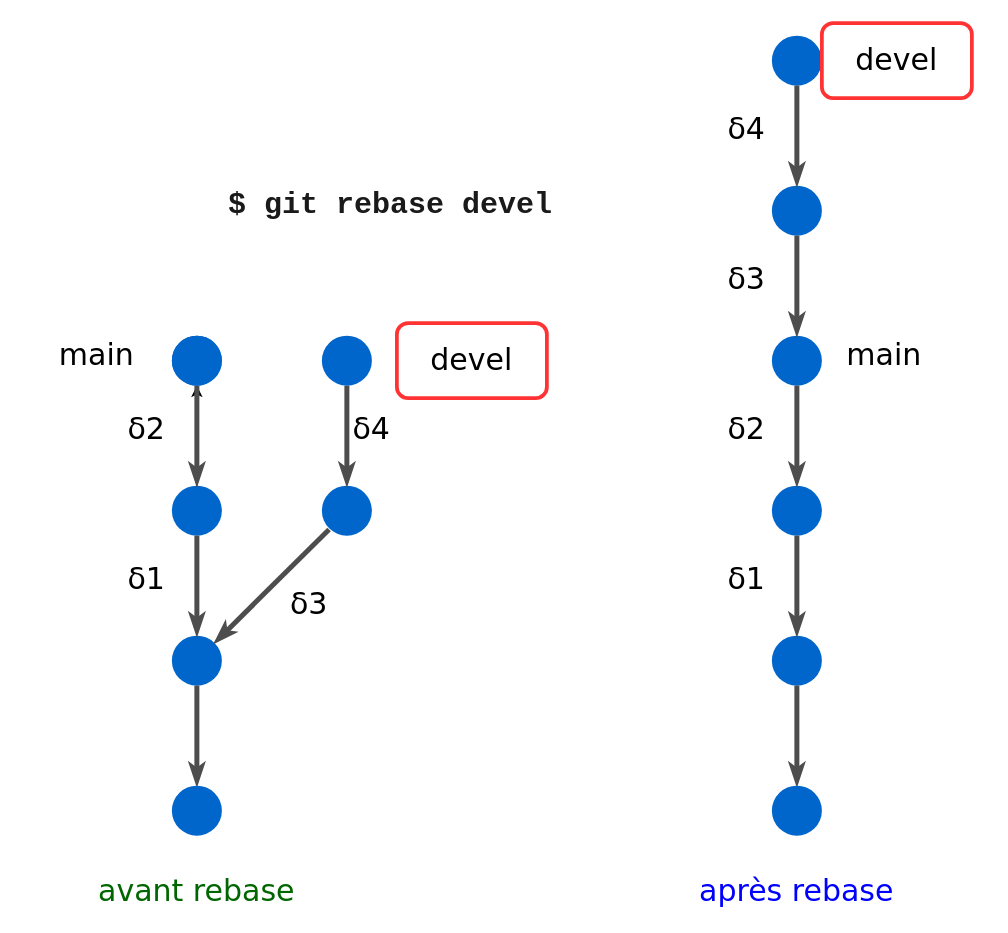
Above: notebooks/media/kn-rebase.drawio in ue12-p22/git (draw.io), before the change. Source tidied: cells renumbered, new cells numbered last; positions are measured from the earlier drawing's top-left corner, leaving out a move shared by most shapes. Both pictures are drawn from the tidied source at 125%, with x=0, y=0 at pixel (21, 22).
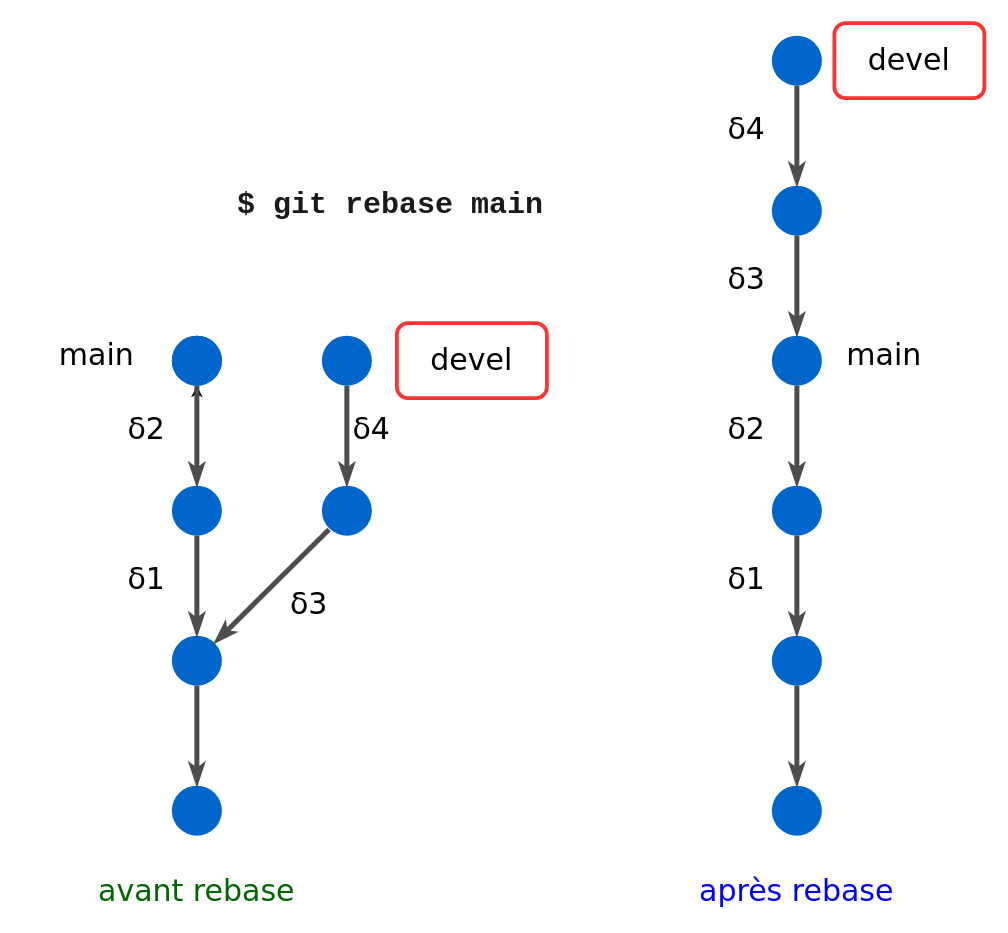
The same page after the edit.

Change to the diagram source:
```diff
@@
-    <mxCell id="26" value="&lt;font face=&quot;Courier New&quot; color=&quot;#1a1a1a&quot;&gt;&lt;b&gt;$ git rebase devel&lt;/b&gt;&lt;/font&gt;" style="text;html=1;strokeColor=none;fillColor=none;align=center;verticalAlign=middle;whiteSpace=wrap;rounded=0;fontFamily=Verdana;fontSize=24;fontColor=#0000FF;" parent="1" vertex="1">
+    <mxCell id="26" value="&lt;font face=&quot;Courier New&quot; color=&quot;#1a1a1a&quot;&gt;&lt;b&gt;$ git rebase main&lt;/b&gt;&lt;/font&gt;" style="text;html=1;strokeColor=none;fillColor=none;align=center;verticalAlign=middle;whiteSpace=wrap;rounded=0;fontFamily=Verdana;fontSize=24;fontColor=#0000FF;" parent="1" vertex="1">
       <mxGeometry x="140" y="130" width="310" height="30" as="geometry" />
     </mxCell>
@@
     <mxCell id="40" value="devel" style="rounded=1;whiteSpace=wrap;html=1;fontFamily=Verdana;fontSize=24;fontColor=default;fillColor=none;strokeColor=#FF3333;strokeWidth=3;" parent="1" vertex="1">
-      <mxGeometry x="640" width="120" height="60" as="geometry" />
+      <mxGeometry x="650" width="120" height="60" as="geometry" />
     </mxCell>
```
